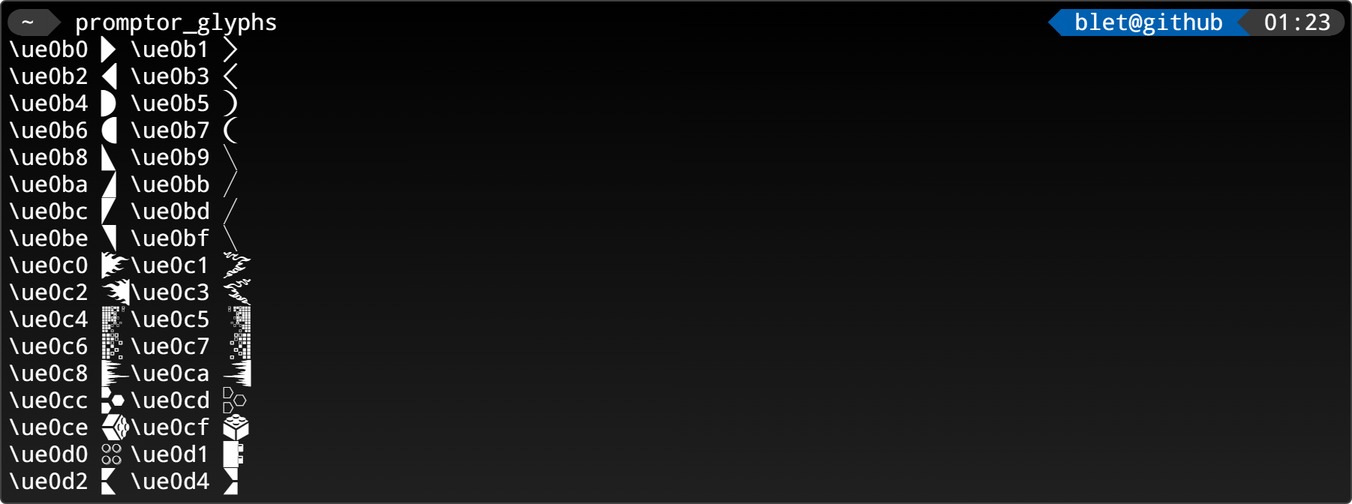
MickaelBlet/Promptor keeps this draw.io diagram as images/glyphs.drawio.png. Above is the earlier version. Source tidied: cells renumbered, new cells last; positions are measured from the earlier drawing's top-left corner, leaving out a move shared by most shapes.
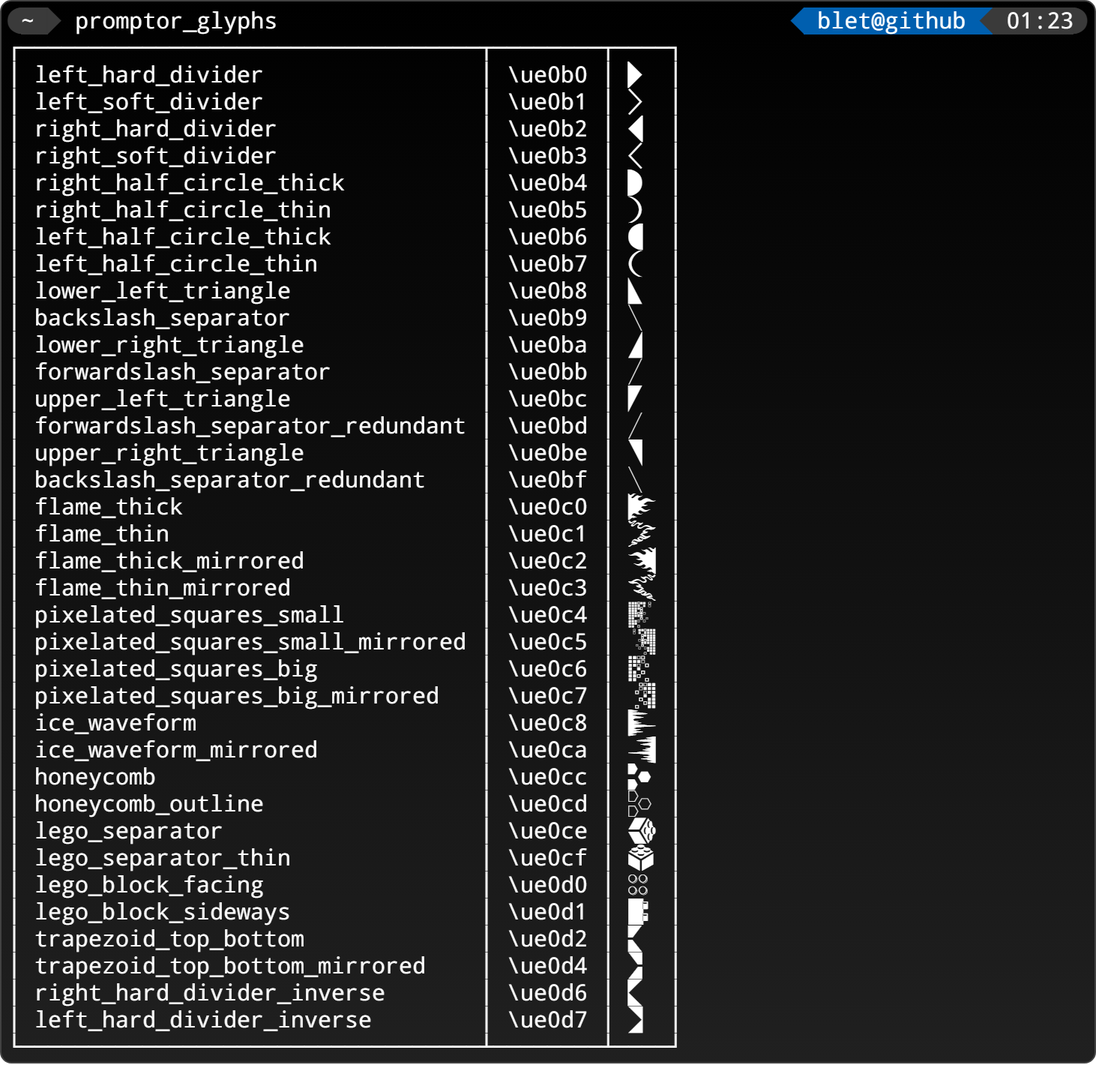
After the change.

Diff of the diagram source:
```diff
@@ -3,10 +3,10 @@
     <mxCell id="0" />
     <mxCell id="1" parent="0" />
     <mxCell id="2" style="rounded=1;whiteSpace=wrap;html=1;arcSize=1;fillColor=#000000;strokeColor=#424242;gradientColor=#202020;" parent="1" vertex="1">
-      <mxGeometry width="900" height="335" as="geometry" />
+      <mxGeometry width="730" height="708" as="geometry" />
     </mxCell>
-    <mxCell id="3" value="&lt;div&gt;&lt;div&gt;&lt;div&gt;&lt;span style=&quot;color: rgb(58 , 58 , 58)&quot;&gt;&lt;/span&gt;&lt;span style=&quot;background-color: rgb(58 , 58 , 58) ; color: rgb(255 , 255 , 255)&quot;&gt;~ &lt;/span&gt;&lt;span style=&quot;color: rgb(58 , 58 , 58)&quot;&gt;&lt;/span&gt; &lt;font color=&quot;#ffffff&quot;&gt;promptor_glyphs&lt;/font&gt;&lt;font color=&quot;#ffffff&quot;&gt;&amp;nbsp; &amp;nbsp; &amp;nbsp; &amp;nbsp; &amp;nbsp; &amp;nbsp; &amp;nbsp; &amp;nbsp; &amp;nbsp; &amp;nbsp; &amp;nbsp; &amp;nbsp; &amp;nbsp; &amp;nbsp; &amp;nbsp; &amp;nbsp; &amp;nbsp; &amp;nbsp; &amp;nbsp; &amp;nbsp; &amp;nbsp; &amp;nbsp; &amp;nbsp; &amp;nbsp; &amp;nbsp; &amp;nbsp; &amp;nbsp; &amp;nbsp;&amp;nbsp; &lt;/font&gt;&lt;span style=&quot;color: rgb(0 , 95 , 175)&quot;&gt;&lt;/span&gt;&lt;span style=&quot;background-color: rgb(0 , 95 , 175) ; color: rgb(255 , 255 , 255)&quot;&gt; blet@github &lt;/span&gt;&lt;span style=&quot;background-color: rgb(0 , 95 , 175) ; color: rgb(58 , 58 , 58)&quot;&gt;&lt;/span&gt;&lt;span style=&quot;background-color: rgb(58 , 58 , 58) ; color: rgb(255 , 255 , 255)&quot;&gt;&amp;nbsp;01:23&lt;/span&gt;&lt;span style=&quot;color: rgb(58 , 58 , 58)&quot;&gt;&lt;/span&gt;&lt;/div&gt;&lt;div&gt;&lt;font color=&quot;#ffffff&quot;&gt;\ue0b0   \ue0b1                                                                                  &lt;/font&gt;&lt;/div&gt;&lt;div&gt;&lt;font color=&quot;#ffffff&quot;&gt;\ue0b2   \ue0b3                                                                                  &lt;/font&gt;&lt;/div&gt;&lt;div&gt;&lt;font color=&quot;#ffffff&quot;&gt;\ue0b4   \ue0b5                                                                                  &lt;/font&gt;&lt;/div&gt;&lt;div&gt;&lt;font color=&quot;#ffffff&quot;&gt;\ue0b6   \ue0b7                                                                                  &lt;/font&gt;&lt;/div&gt;&lt;div&gt;&lt;font color=&quot;#ffffff&quot;&gt;\ue0b8   \ue0b9                                                                                  &lt;/font&gt;&lt;/div&gt;&lt;div&gt;&lt;font color=&quot;#ffffff&quot;&gt;\ue0ba   \ue0bb                                                                                  &lt;/font&gt;&lt;/div&gt;&lt;div&gt;&lt;font color=&quot;#ffffff&quot;&gt;\ue0bc   \ue0bd                                                                                  &lt;/font&gt;&lt;/div&gt;&lt;div&gt;&lt;font color=&quot;#ffffff&quot;&gt;\ue0be   \ue0bf                                                                                  &lt;/font&gt;&lt;/div&gt;&lt;div&gt;&lt;font color=&quot;#ffffff&quot;&gt;\ue0c0   \ue0c1                                                                                  &lt;/font&gt;&lt;/div&gt;&lt;div&gt;&lt;font color=&quot;#ffffff&quot;&gt;\ue0c2   \ue0c3                                                                                  &lt;/font&gt;&lt;/div&gt;&lt;div&gt;&lt;font color=&quot;#ffffff&quot;&gt;\ue0c4   \ue0c5                                                                                  &lt;/font&gt;&lt;/div&gt;&lt;div&gt;&lt;font color=&quot;#ffffff&quot;&gt;\ue0c6   \ue0c7                                                                                  &lt;/font&gt;&lt;/div&gt;&lt;div&gt;&lt;font color=&quot;#ffffff&quot;&gt;\ue0c8   \ue0ca                                                                                  &lt;/font&gt;&lt;/div&gt;&lt;div&gt;&lt;font color=&quot;#ffffff&quot;&gt;\ue0cc   \ue0cd                                                                                  &lt;/font&gt;&lt;/div&gt;&lt;div&gt;&lt;font color=&quot;#ffffff&quot;&gt;\ue0ce   \ue0cf                                                                                  &lt;/font&gt;&lt;/div&gt;&lt;div&gt;&lt;font color=&quot;#ffffff&quot;&gt;\ue0d0   \ue0d1                                                                                  &lt;/font&gt;&lt;/div&gt;&lt;div&gt;&lt;font color=&quot;#ffffff&quot;&gt;\ue0d2   \ue0d4                                                                                  &lt;/font&gt;&lt;/div&gt;&lt;/div&gt;&lt;/div&gt;" style="text;html=1;align=left;verticalAlign=bottom;rounded=0;fontFamily=DroidSansM Nerd Font;fontSize=15;fillColor=none;arcSize=0;spacing=0;whiteSpace=wrap;" parent="1" vertex="1">
-      <mxGeometry x="5" y="5" width="890" height="325" as="geometry" />
+    <mxCell id="3" value="&lt;div&gt;&lt;span style=&quot;color: rgb(58 , 58 , 58)&quot;&gt;&lt;/span&gt;&lt;span style=&quot;background-color: rgb(58 , 58 , 58) ; color: rgb(255 , 255 , 255)&quot;&gt;~ &lt;/span&gt;&lt;span style=&quot;color: rgb(58 , 58 , 58)&quot;&gt;&lt;/span&gt;&lt;span&gt; &lt;/span&gt;&lt;font color=&quot;#ffffff&quot;&gt;promptor_glyphs&lt;/font&gt;&lt;font color=&quot;#ffffff&quot;&gt;&amp;nbsp; &amp;nbsp; &amp;nbsp; &amp;nbsp; &amp;nbsp; &amp;nbsp; &amp;nbsp; &amp;nbsp; &amp;nbsp; &amp;nbsp; &amp;nbsp; &amp;nbsp; &amp;nbsp; &amp;nbsp; &amp;nbsp; &amp;nbsp; &amp;nbsp; &amp;nbsp; &amp;nbsp;&amp;nbsp;&lt;/font&gt;&lt;span style=&quot;color: rgb(0 , 95 , 175)&quot;&gt;&lt;/span&gt;&lt;span style=&quot;background-color: rgb(0 , 95 , 175) ; color: rgb(255 , 255 , 255)&quot;&gt; blet@github &lt;/span&gt;&lt;span style=&quot;background-color: rgb(0 , 95 , 175) ; color: rgb(58 , 58 , 58)&quot;&gt;&lt;/span&gt;&lt;span style=&quot;background-color: rgb(58 , 58 , 58) ; color: rgb(255 , 255 , 255)&quot;&gt;&amp;nbsp;01:23&lt;/span&gt;&lt;span style=&quot;color: rgb(58 , 58 , 58)&quot;&gt;&lt;/span&gt;&lt;/div&gt;&lt;div&gt;&lt;font color=&quot;#ffffff&quot;&gt;┌──────────────────────────────────┬────────┬────┐&lt;/font&gt;&lt;/div&gt;&lt;div&gt;&lt;font color=&quot;#ffffff&quot;&gt;│ left_hard_divider&amp;nbsp; &amp;nbsp; &amp;nbsp; &amp;nbsp; &amp;nbsp; &amp;nbsp; &amp;nbsp; &amp;nbsp; │ \ue0b0 │ &amp;nbsp; │&lt;/font&gt;&lt;/div&gt;&lt;div&gt;&lt;font color=&quot;#ffffff&quot;&gt;│ left_soft_divider&amp;nbsp; &amp;nbsp; &amp;nbsp; &amp;nbsp; &amp;nbsp; &amp;nbsp; &amp;nbsp; &amp;nbsp; │ \ue0b1 │ &amp;nbsp; │&lt;/font&gt;&lt;/div&gt;&lt;div&gt;&lt;font color=&quot;#ffffff&quot;&gt;│ right_hard_divider&amp;nbsp; &amp;nbsp; &amp;nbsp; &amp;nbsp; &amp;nbsp; &amp;nbsp; &amp;nbsp; &amp;nbsp;│ \ue0b2 │ &amp;nbsp; │&lt;/font&gt;&lt;/div&gt;&lt;div&gt;&lt;font color=&quot;#ffffff&quot;&gt;│ right_soft_divider&amp;nbsp; &amp;nbsp; &amp;nbsp; &amp;nbsp; &amp;nbsp; &amp;nbsp; &amp;nbsp; &amp;nbsp;│ \ue0b3 │ &amp;nbsp; │&lt;/font&gt;&lt;/div&gt;&lt;div&gt;&lt;font color=&quot;#ffffff&quot;&gt;│ right_half_circle_thick&amp;nbsp; &amp;nbsp; &amp;nbsp; &amp;nbsp; &amp;nbsp; │ \ue0b4 │ &amp;nbsp; │&lt;/font&gt;&lt;/div&gt;&lt;div&gt;&lt;font color=&quot;#ffffff&quot;&gt;│ right_half_circle_thin&amp;nbsp; &amp;nbsp; &amp;nbsp; &amp;nbsp; &amp;nbsp; &amp;nbsp;│ \ue0b5 │ &amp;nbsp; │&lt;/font&gt;&lt;/div&gt;&lt;div&gt;&lt;font color=&quot;#ffffff&quot;&gt;│ left_half_circle_thick&amp;nbsp; &amp;nbsp; &amp;nbsp; &amp;nbsp; &amp;nbsp; &amp;nbsp;│ \ue0b6 │ &amp;nbsp; │&lt;/font&gt;&lt;/div&gt;&lt;div&gt;&lt;font color=&quot;#ffffff&quot;&gt;│ left_half_circle_thin&amp;nbsp; &amp;nbsp; &amp;nbsp; &amp;nbsp; &amp;nbsp; &amp;nbsp; │ \ue0b7 │ &amp;nbsp; │&lt;/font&gt;&lt;/div&gt;&lt;div&gt;&lt;font color=&quot;#ffffff&quot;&gt;│ lower_left_triangle&amp;nbsp; &amp;nbsp; &amp;nbsp; &amp;nbsp; &amp;nbsp; &amp;nbsp; &amp;nbsp; │ \ue0b8 │ &amp;nbsp; │&lt;/font&gt;&lt;/div&gt;&lt;div&gt;&lt;font color=&quot;#ffffff&quot;&gt;│ backslash_separator&amp;nbsp; &amp;nbsp; &amp;nbsp; &amp;nbsp; &amp;nbsp; &amp;nbsp; &amp;nbsp; │ \ue0b9 │ &amp;nbsp; │&lt;/font&gt;&lt;/div&gt;&lt;div&gt;&lt;font color=&quot;#ffffff&quot;&gt;│ lower_right_triangle&amp;nbsp; &amp;nbsp; &amp;nbsp; &amp;nbsp; &amp;nbsp; &amp;nbsp; &amp;nbsp;│ \ue0ba │ &amp;nbsp; │&lt;/font&gt;&lt;/div&gt;&lt;div&gt;&lt;font color=&quot;#ffffff&quot;&gt;│ forwardslash_separator&amp;nbsp; &amp;nbsp; &amp;nbsp; &amp;nbsp; &amp;nbsp; &amp;nbsp;│ \ue0bb │ &amp;nbsp; │&lt;/font&gt;&lt;/div&gt;&lt;div&gt;&lt;font color=&quot;#ffffff&quot;&gt;│ upper_left_triangle&amp;nbsp; &amp;nbsp; &amp;nbsp; &amp;nbsp; &amp;nbsp; &amp;nbsp; &amp;nbsp; │ \ue0bc │ &amp;nbsp; │&lt;/font&gt;&lt;/div&gt;&lt;div&gt;&lt;font color=&quot;#ffffff&quot;&gt;│ forwardslash_separator_redundant │ \ue0bd │ &amp;nbsp; │&lt;/font&gt;&lt;/div&gt;&lt;div&gt;&lt;font color=&quot;#ffffff&quot;&gt;│ upper_right_triangle&amp;nbsp; &amp;nbsp; &amp;nbsp; &amp;nbsp; &amp;nbsp; &amp;nbsp; &amp;nbsp;│ \ue0be │ &amp;nbsp; │&lt;/font&gt;&lt;/div&gt;&lt;div&gt;&lt;font color=&quot;#ffffff&quot;&gt;│ backslash_separator_redundant&amp;nbsp; &amp;nbsp; │ \ue0bf │ &amp;nbsp; │&lt;/font&gt;&lt;/div&gt;&lt;div&gt;&lt;font color=&quot;#ffffff&quot;&gt;│ flame_thick&amp;nbsp; &amp;nbsp; &amp;nbsp; &amp;nbsp; &amp;nbsp; &amp;nbsp; &amp;nbsp; &amp;nbsp; &amp;nbsp; &amp;nbsp; &amp;nbsp; │ \ue0c0 │ &amp;nbsp; │&lt;/font&gt;&lt;/div&gt;&lt;div&gt;&lt;font color=&quot;#ffffff&quot;&gt;│ flame_thin&amp;nbsp; &amp;nbsp; &amp;nbsp; &amp;nbsp; &amp;nbsp; &amp;nbsp; &amp;nbsp; &amp;nbsp; &amp;nbsp; &amp;nbsp; &amp;nbsp; &amp;nbsp;│ \ue0c1 │ &amp;nbsp; │&lt;/font&gt;&lt;/div&gt;&lt;div&gt;&lt;font color=&quot;#ffffff&quot;&gt;│ flame_thick_mirrored&amp;nbsp; &amp;nbsp; &amp;nbsp; &amp;nbsp; &amp;nbsp; &amp;nbsp; &amp;nbsp;│ \ue0c2 │ &amp;nbsp; │&lt;/font&gt;&lt;/div&gt;&lt;div&gt;&lt;font color=&quot;#ffffff&quot;&gt;│ flame_thin_mirrored&amp;nbsp; &amp;nbsp; &amp;nbsp; &amp;nbsp; &amp;nbsp; &amp;nbsp; &amp;nbsp; │ \ue0c3 │ &amp;nbsp; │&lt;/font&gt;&lt;/div&gt;&lt;div&gt;&lt;font color=&quot;#ffffff&quot;&gt;│ pixelated_squares_small&amp;nbsp; &amp;nbsp; &amp;nbsp; &amp;nbsp; &amp;nbsp; │ \ue0c4 │ &amp;nbsp; │&lt;/font&gt;&lt;/div&gt;&lt;div&gt;&lt;font color=&quot;#ffffff&quot;&gt;│ pixelated_squares_small_mirrored │ \ue0c5 │ &amp;nbsp; │&lt;/font&gt;&lt;/div&gt;&lt;div&gt;&lt;font color=&quot;#ffffff&quot;&gt;│ pixelated_squares_big&amp;nbsp; &amp;nbsp; &amp;nbsp; &amp;nbsp; &amp;nbsp; &amp;nbsp; │ \ue0c6 │ &amp;nbsp; │&lt;/font&gt;&lt;/div&gt;&lt;div&gt;&lt;font color=&quot;#ffffff&quot;&gt;│ pixelated_squares_big_mirrored&amp;nbsp; &amp;nbsp;│ \ue0c7 │ &amp;nbsp; │&lt;/font&gt;&lt;/div&gt;&lt;div&gt;&lt;font color=&quot;#ffffff&quot;&gt;│ ice_waveform&amp;nbsp; &amp;nbsp; &amp;nbsp; &amp;nbsp; &amp;nbsp; &amp;nbsp; &amp;nbsp; &amp;nbsp; &amp;nbsp; &amp;nbsp; &amp;nbsp;│ \ue0c8 │ &amp;nbsp; │&lt;/font&gt;&lt;/div&gt;&lt;div&gt;&lt;font color=&quot;#ffffff&quot;&gt;│ ice_waveform_mirrored&amp;nbsp; &amp;nbsp; &amp;nbsp; &amp;nbsp; &amp;nbsp; &amp;nbsp; │ \ue0ca │ &amp;nbsp; │&lt;/font&gt;&lt;/div&gt;&lt;div&gt;&lt;font color=&quot;#ffffff&quot;&gt;│ honeycomb&amp;nbsp; &amp;nbsp; &amp;nbsp; &amp;nbsp; &amp;nbsp; &amp;nbsp; &amp;nbsp; &amp;nbsp; &amp;nbsp; &amp;nbsp; &amp;nbsp; &amp;nbsp; │ \ue0cc │ &amp;nbsp; │&lt;/font&gt;&lt;/div&gt;&lt;div&gt;&lt;font color=&quot;#ffffff&quot;&gt;│ honeycomb_outline&amp;nbsp; &amp;nbsp; &amp;nbsp; &amp;nbsp; &amp;nbsp; &amp;nbsp; &amp;nbsp; &amp;nbsp; │ \ue0cd │ &amp;nbsp; │&lt;/font&gt;&lt;/div&gt;&lt;div&gt;&lt;font color=&quot;#ffffff&quot;&gt;│ lego_separator&amp;nbsp; &amp;nbsp; &amp;nbsp; &amp;nbsp; &amp;nbsp; &amp;nbsp; &amp;nbsp; &amp;nbsp; &amp;nbsp; &amp;nbsp;│ \ue0ce │ &amp;nbsp; │&lt;/font&gt;&lt;/div&gt;&lt;div&gt;&lt;font color=&quot;#ffffff&quot;&gt;│ lego_separator_thin&amp;nbsp; &amp;nbsp; &amp;nbsp; &amp;nbsp; &amp;nbsp; &amp;nbsp; &amp;nbsp; │ \ue0cf │ &amp;nbsp; │&lt;/font&gt;&lt;/div&gt;&lt;div&gt;&lt;font color=&quot;#ffffff&quot;&gt;│ lego_block_facing&amp;nbsp; &amp;nbsp; &amp;nbsp; &amp;nbsp; &amp;nbsp; &amp;nbsp; &amp;nbsp; &amp;nbsp; │ \ue0d0 │ &amp;nbsp; │&lt;/font&gt;&lt;/div&gt;&lt;div&gt;&lt;font color=&quot;#ffffff&quot;&gt;│ lego_block_sideways&amp;nbsp; &amp;nbsp; &amp;nbsp; &amp;nbsp; &amp;nbsp; &amp;nbsp; &amp;nbsp; │ \ue0d1 │ &amp;nbsp; │&lt;/font&gt;&lt;/div&gt;&lt;div&gt;&lt;font color=&quot;#ffffff&quot;&gt;│ trapezoid_top_bottom&amp;nbsp; &amp;nbsp; &amp;nbsp; &amp;nbsp; &amp;nbsp; &amp;nbsp; &amp;nbsp;│ \ue0d2 │ &amp;nbsp; │&lt;/font&gt;&lt;/div&gt;&lt;div&gt;&lt;font color=&quot;#ffffff&quot;&gt;│ trapezoid_top_bottom_mirrored&amp;nbsp; &amp;nbsp; │ \ue0d4 │ &amp;nbsp; │&lt;/font&gt;&lt;/div&gt;&lt;div&gt;&lt;font color=&quot;#ffffff&quot;&gt;│ right_hard_divider_inverse&amp;nbsp; &amp;nbsp; &amp;nbsp; &amp;nbsp;│ \ue0d6 │ &amp;nbsp; │&lt;/font&gt;&lt;/div&gt;&lt;div&gt;&lt;font color=&quot;#ffffff&quot;&gt;│ left_hard_divider_inverse&amp;nbsp; &amp;nbsp; &amp;nbsp; &amp;nbsp; │ \ue0d7 │ &amp;nbsp; │&lt;/font&gt;&lt;/div&gt;&lt;div&gt;&lt;font color=&quot;#ffffff&quot;&gt;└──────────────────────────────────┴────────┴────┘&lt;/font&gt;&lt;/div&gt;" style="text;html=1;align=left;verticalAlign=bottom;rounded=0;fontFamily=DroidSansM Nerd Font;fontSize=15;fillColor=none;arcSize=0;spacing=0;" parent="1" vertex="1">
+      <mxGeometry x="5" y="5" width="720" height="702" as="geometry" />
     </mxCell>
   </root>
 </mxGraphModel>
```
